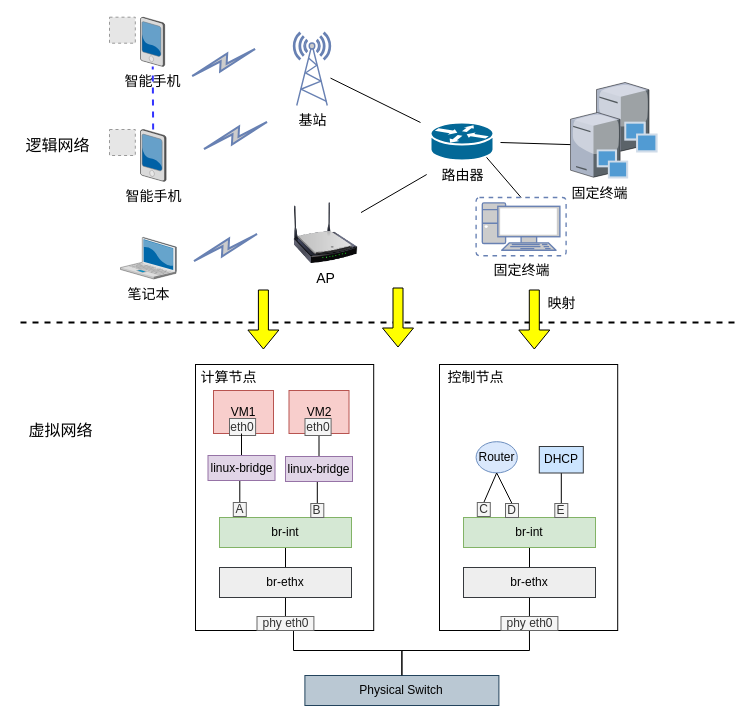
Earlier version of the draw.io diagram page "逻辑网络与虚拟网络" (1 of 6) of 移动互联网场景图.drawio (Icarus1994/neutron_conf). Source tidied: cells renumbered, new cells numbered last; positions are measured from the earlier drawing's top-left corner, leaving out a move shared by most shapes. Both pictures are drawn from the tidied source at 100%, with x=0, y=0 at pixel (17, 17). Pictures stored in the file or linked from it are replaced by grey dashed boxes.
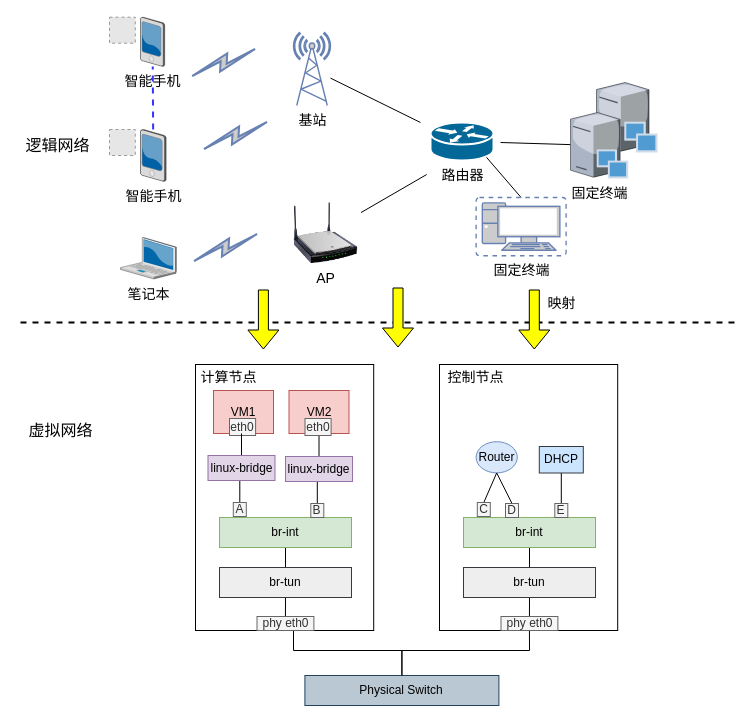
The same page after the edit.

Diff of the diagram source:
```diff
@@
-    <mxCell id="45" value="br-ethx" style="rounded=0;whiteSpace=wrap;html=1;fillColor=#eeeeee;strokeColor=#36393d;" parent="1" vertex="1">
+    <mxCell id="45" value="br-tun" style="rounded=0;whiteSpace=wrap;html=1;fillColor=#eeeeee;strokeColor=#36393d;" parent="1" vertex="1">
       <mxGeometry x="202" y="550" width="132" height="30" as="geometry" />
     </mxCell>
@@
-    <mxCell id="58" value="br-ethx" style="rounded=0;whiteSpace=wrap;html=1;fillColor=#eeeeee;strokeColor=#36393d;" parent="1" vertex="1">
+    <mxCell id="58" value="br-tun" style="rounded=0;whiteSpace=wrap;html=1;fillColor=#eeeeee;strokeColor=#36393d;" parent="1" vertex="1">
       <mxGeometry x="446" y="550" width="132" height="30" as="geometry" />
     </mxCell>
```
